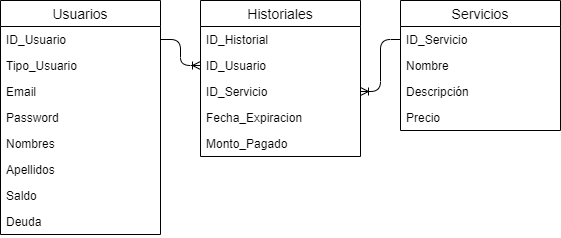
This is models/analista-credito.png from hernanreiq/credit-analyst, a draw.io export, as it was before one commit. Source tidied: cells renumbered, new cells last; positions are measured from the earlier drawing's top-left corner, leaving out a move shared by most shapes.
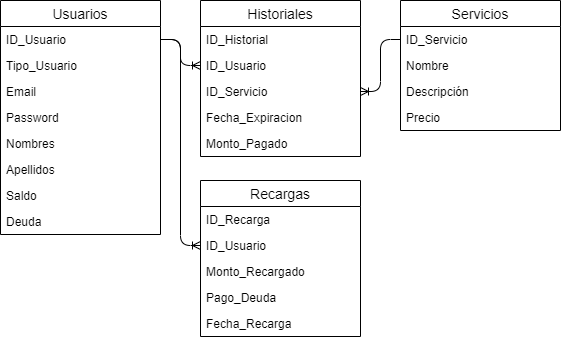
The same diagram one commit later.

Commit message:
Actualizado el modelo de relacional de la base de datos

What changed in the source:
```diff
@@ -68,5 +68,26 @@
     <mxCell id="23" value="Precio" style="text;strokeColor=none;fillColor=none;spacingLeft=4;spacingRight=4;overflow=hidden;fontSize=12;" parent="19" vertex="1">
       <mxGeometry y="104" width="160" height="26" as="geometry" />
     </mxCell>
+    <mxCell id="24" value="Recargas" style="swimlane;fontStyle=0;horizontal=1;startSize=26;align=center;fontSize=14;" parent="1" vertex="1">
+      <mxGeometry x="200" y="180" width="160" height="156" as="geometry" />
+    </mxCell>
+    <mxCell id="25" value="ID_Recarga" style="text;strokeColor=none;fillColor=none;spacingLeft=4;spacingRight=4;overflow=hidden;fontSize=12;" parent="24" vertex="1">
+      <mxGeometry y="26" width="160" height="26" as="geometry" />
+    </mxCell>
+    <mxCell id="26" value="ID_Usuario" style="text;strokeColor=none;fillColor=none;spacingLeft=4;spacingRight=4;overflow=hidden;points=[[0,0.5],[1,0.5]];portConstraint=eastwest;fontSize=12;" parent="24" vertex="1">
+      <mxGeometry y="52" width="160" height="26" as="geometry" />
+    </mxCell>
+    <mxCell id="27" value="Monto_Recargado" style="text;strokeColor=none;fillColor=none;spacingLeft=4;spacingRight=4;overflow=hidden;fontSize=12;" parent="24" vertex="1">
+      <mxGeometry y="78" width="160" height="26" as="geometry" />
+    </mxCell>
+    <mxCell id="28" value="Pago_Deuda" style="text;strokeColor=none;fillColor=none;spacingLeft=4;spacingRight=4;overflow=hidden;fontSize=12;" parent="24" vertex="1">
+      <mxGeometry y="104" width="160" height="26" as="geometry" />
+    </mxCell>
+    <mxCell id="29" value="Fecha_Recarga" style="text;strokeColor=none;fillColor=none;spacingLeft=4;spacingRight=4;overflow=hidden;fontSize=12;" parent="24" vertex="1">
+      <mxGeometry y="130" width="160" height="26" as="geometry" />
+    </mxCell>
+    <mxCell id="30" style="edgeStyle=orthogonalEdgeStyle;fontSize=12;html=1;endArrow=ERoneToMany;exitX=1;exitY=0.5;exitDx=0;exitDy=0;entryX=0;entryY=0.5;entryDx=0;entryDy=0;" parent="1" edge="1" source="11" target="26">
+      <mxGeometry relative="1" as="geometry" />
+    </mxCell>
   </root>
 </mxGraphModel>
```
